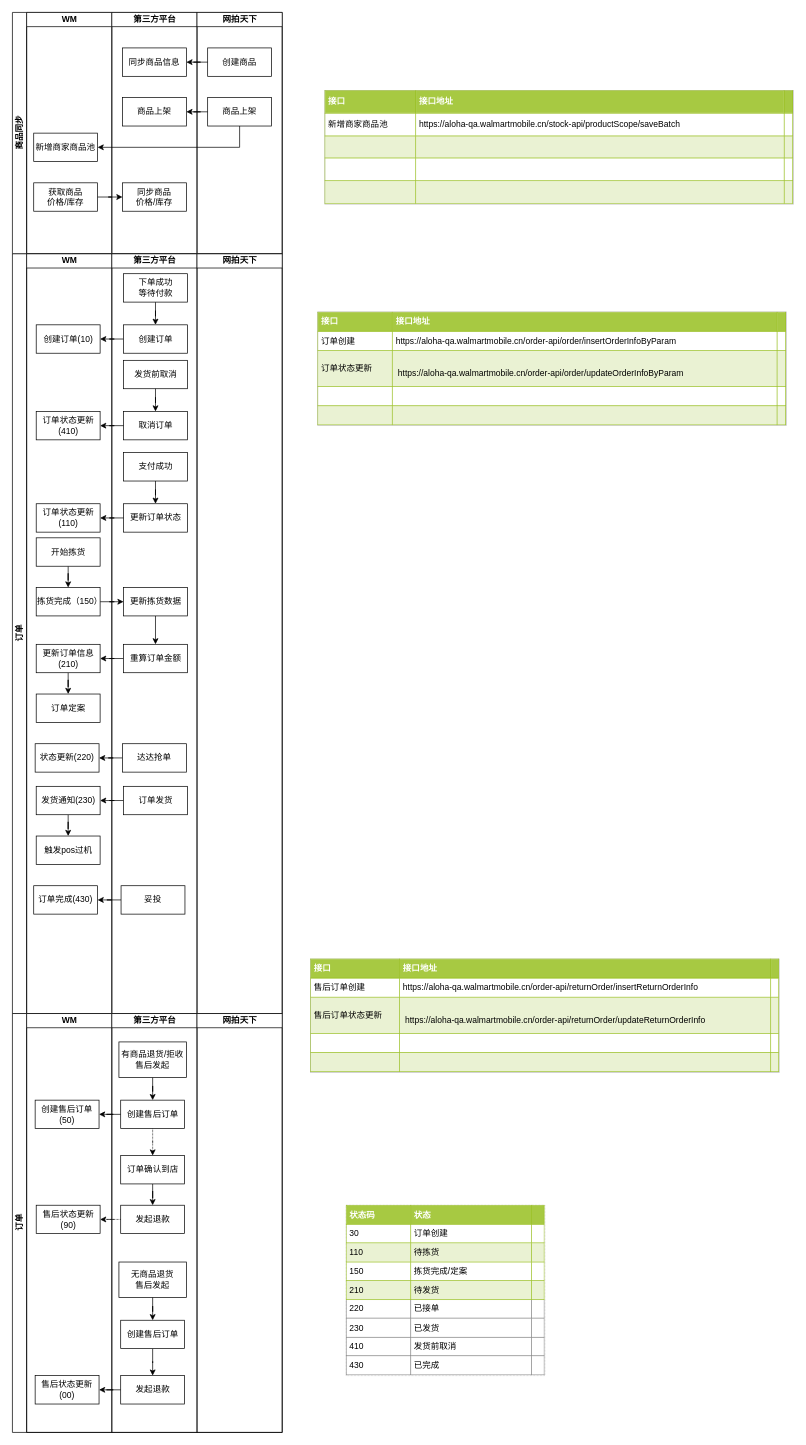
The draw.io diagram work/第三方平台订单对接.drawio in FYou/drawIo, before the edit. Source tidied: cells renumbered, new cells numbered last; positions are measured from the earlier drawing's top-left corner, leaving out a move shared by most shapes. Both pictures are drawn from the tidied source at 71%, with x=0, y=0 at pixel (12, 12).
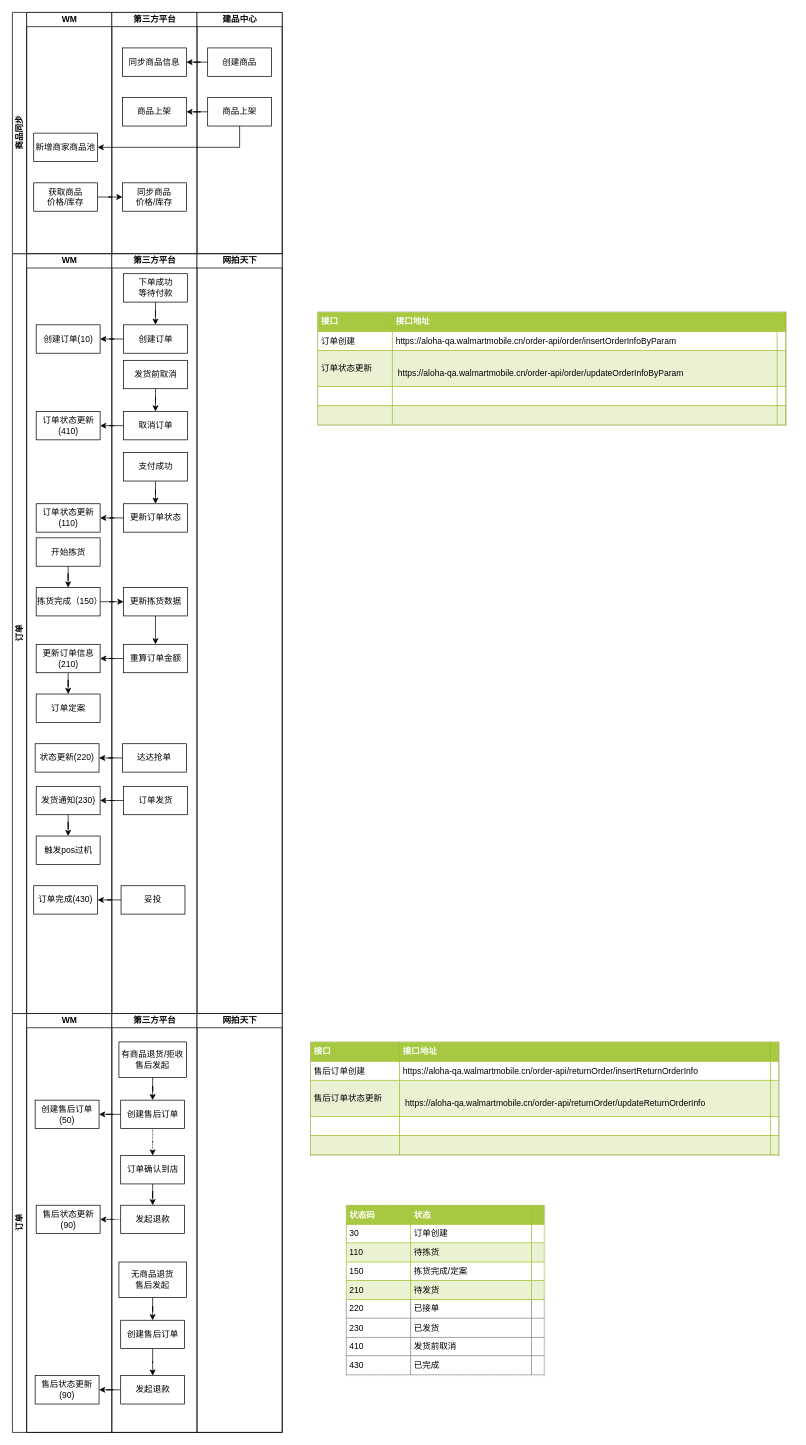
After the change.

Commit message:
Update 第三方平台订单对接.drawio

Unchanged cells that the change refers to:
```xml
<mxCell id="2" value="商品同步" style="swimlane;html=1;startSize=20;horizontal=0;" parent="1" vertex="1">
  <mxGeometry width="380" height="340" as="geometry" />
</mxCell>
<mxCell id="59" value="WM" style="swimlane;html=1;startSize=20;" parent="58" vertex="1">
  <mxGeometry x="20" width="120" height="590" as="geometry" />
</mxCell>
```

The edit, as a diff of the source:
```diff
@@
-    <mxCell id="9" value="网拍天下" style="swimlane;html=1;startSize=20;" parent="2" vertex="1">
+    <mxCell id="9" value="建品中心" style="swimlane;html=1;startSize=20;" parent="2" vertex="1">
       <mxGeometry x="260" width="120" height="340" as="geometry" />
     </mxCell>
@@
-    <mxCell id="62" value="售后状态更新(00)" style="rounded=0;whiteSpace=wrap;html=1;" parent="59" vertex="1">
+    <mxCell id="62" value="售后状态更新(90)" style="rounded=0;whiteSpace=wrap;html=1;" parent="59" vertex="1">
       <mxGeometry x="12" y="510" width="90" height="40" as="geometry" />
     </mxCell>
@@
-    <mxCell id="80" value="&lt;table border=&quot;1&quot; width=&quot;100%&quot; cellpadding=&quot;4&quot; style=&quot;width: 100% ; height: 100% ; border-collapse: collapse&quot;&gt;&lt;tbody&gt;&lt;tr style=&quot;background-color: #a7c942 ; color: #ffffff ; border: 1px solid #98bf21&quot;&gt;&lt;th align=&quot;left&quot;&gt;接口&lt;/th&gt;&lt;th align=&quot;left&quot;&gt;接口地址&lt;/th&gt;&lt;th align=&quot;left&quot;&gt;&lt;br&gt;&lt;/th&gt;&lt;/tr&gt;&lt;tr style=&quot;border: 1px solid #98bf21&quot;&gt;&lt;td&gt;新增商家商品池&lt;/td&gt;&lt;td&gt;https://aloha-qa.walmartmobile.cn/stock-api/productScope/saveBatch&lt;br&gt;&lt;/td&gt;&lt;td&gt;&lt;br&gt;&lt;/td&gt;&lt;/tr&gt;&lt;tr style=&quot;background-color: #eaf2d3 ; border: 1px solid #98bf21&quot;&gt;&lt;td&gt;&lt;br&gt;&lt;/td&gt;&lt;td&gt;&lt;br&gt;&lt;/td&gt;&lt;td&gt;&lt;br&gt;&lt;/td&gt;&lt;/tr&gt;&lt;tr style=&quot;border: 1px solid #98bf21&quot;&gt;&lt;td&gt;&lt;br&gt;&lt;/td&gt;&lt;td&gt;&lt;br&gt;&lt;/td&gt;&lt;td&gt;&lt;br&gt;&lt;/td&gt;&lt;/tr&gt;&lt;tr style=&quot;background-color: #eaf2d3 ; border: 1px solid #98bf21&quot;&gt;&lt;td&gt;&lt;br&gt;&lt;/td&gt;&lt;td&gt;&lt;br&gt;&lt;/td&gt;&lt;td&gt;&lt;br&gt;&lt;/td&gt;&lt;/tr&gt;&lt;/tbody&gt;&lt;/table&gt;" style="text;html=1;strokeColor=#c0c0c0;fillColor=#ffffff;overflow=fill;rounded=0;" parent="1" vertex="1">
-      <mxGeometry x="440" y="110" width="660" height="160" as="geometry" />
-    </mxCell>
@@
     <mxCell id="82" value="&lt;table border=&quot;1&quot; width=&quot;100%&quot; cellpadding=&quot;4&quot; style=&quot;width: 100% ; height: 100% ; border-collapse: collapse&quot;&gt;&lt;tbody&gt;&lt;tr style=&quot;background-color: #a7c942 ; color: #ffffff ; border: 1px solid #98bf21&quot;&gt;&lt;th align=&quot;left&quot;&gt;接口&lt;/th&gt;&lt;th align=&quot;left&quot;&gt;接口地址&lt;/th&gt;&lt;th align=&quot;left&quot;&gt;&lt;br&gt;&lt;/th&gt;&lt;/tr&gt;&lt;tr style=&quot;border: 1px solid #98bf21&quot;&gt;&lt;td&gt;售后订单创建&lt;/td&gt;&lt;td&gt;https://aloha-qa.walmartmobile.cn/order-api/returnOrder/insertReturnOrderInfo&lt;br&gt;&lt;/td&gt;&lt;td&gt;&lt;br&gt;&lt;/td&gt;&lt;/tr&gt;&lt;tr style=&quot;background-color: #eaf2d3 ; border: 1px solid #98bf21&quot;&gt;&lt;td&gt;售后订单状态更新&lt;/td&gt;&lt;td&gt;&lt;br&gt;&lt;table&gt;&lt;tbody&gt;&lt;tr&gt;&lt;td&gt;https://aloha-qa.walmartmobile.cn/order-api/returnOrder/updateReturnOrderInfo&lt;/td&gt;&lt;/tr&gt;&lt;/tbody&gt;&lt;/table&gt;&lt;/td&gt;&lt;td&gt;&lt;br&gt;&lt;/td&gt;&lt;/tr&gt;&lt;tr style=&quot;border: 1px solid #98bf21&quot;&gt;&lt;td&gt;&lt;br&gt;&lt;/td&gt;&lt;td&gt;&lt;br&gt;&lt;/td&gt;&lt;td&gt;&lt;br&gt;&lt;/td&gt;&lt;/tr&gt;&lt;tr style=&quot;background-color: #eaf2d3 ; border: 1px solid #98bf21&quot;&gt;&lt;td&gt;&lt;br&gt;&lt;/td&gt;&lt;td&gt;&lt;br&gt;&lt;/td&gt;&lt;td&gt;&lt;br&gt;&lt;/td&gt;&lt;/tr&gt;&lt;/tbody&gt;&lt;/table&gt;" style="text;html=1;strokeColor=#c0c0c0;fillColor=#ffffff;overflow=fill;rounded=0;" parent="1" vertex="1">
-      <mxGeometry x="420" y="1333.2" width="660" height="160" as="geometry" />
+      <mxGeometry x="420" y="1450.2" width="660" height="160" as="geometry" />
     </mxCell>
```
